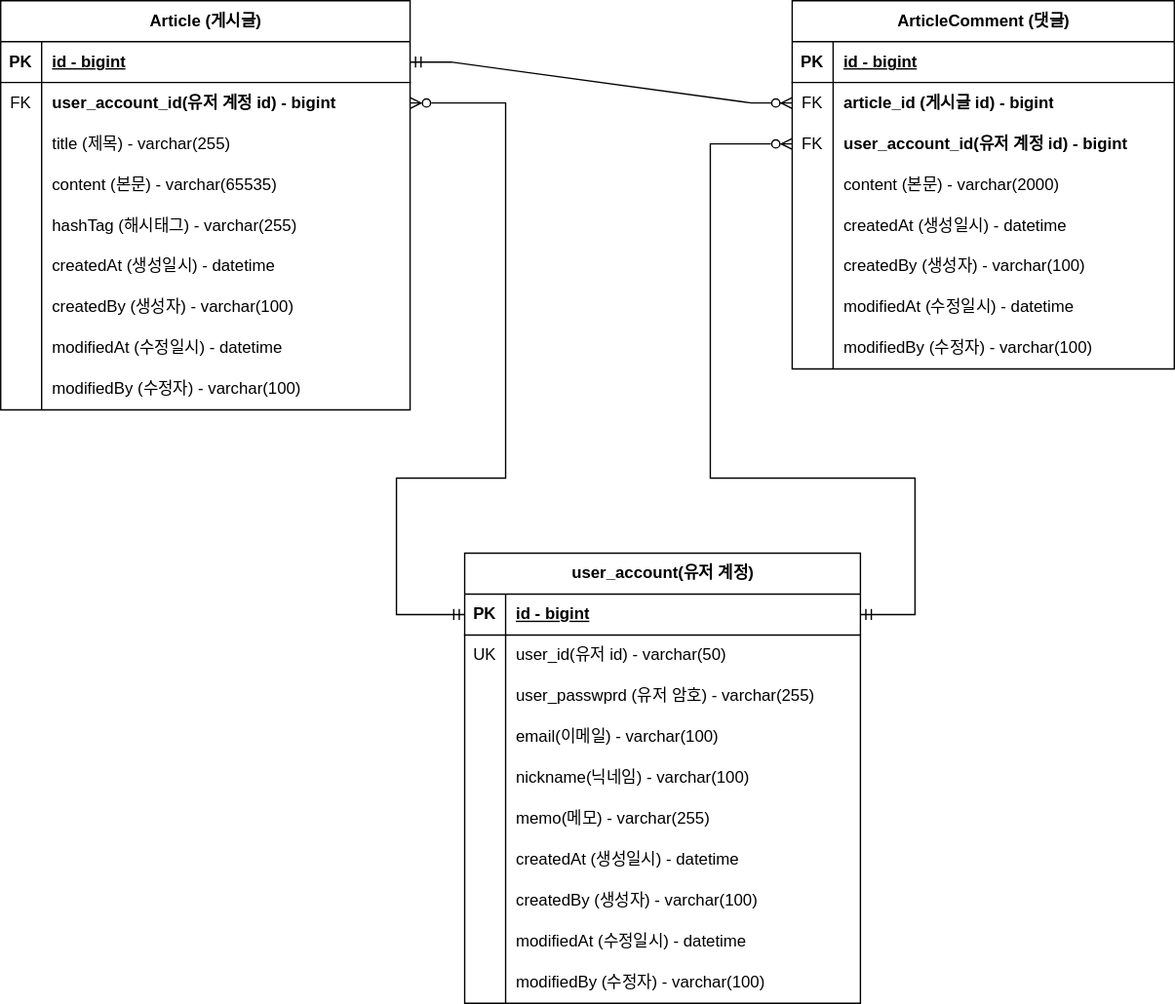
Above: document/project-board-erd.svg in matrixpower1004/project-board (draw.io), before the change. Source tidied: cells renumbered, new cells last; positions are measured from the earlier drawing's top-left corner, leaving out a move shared by most shapes.
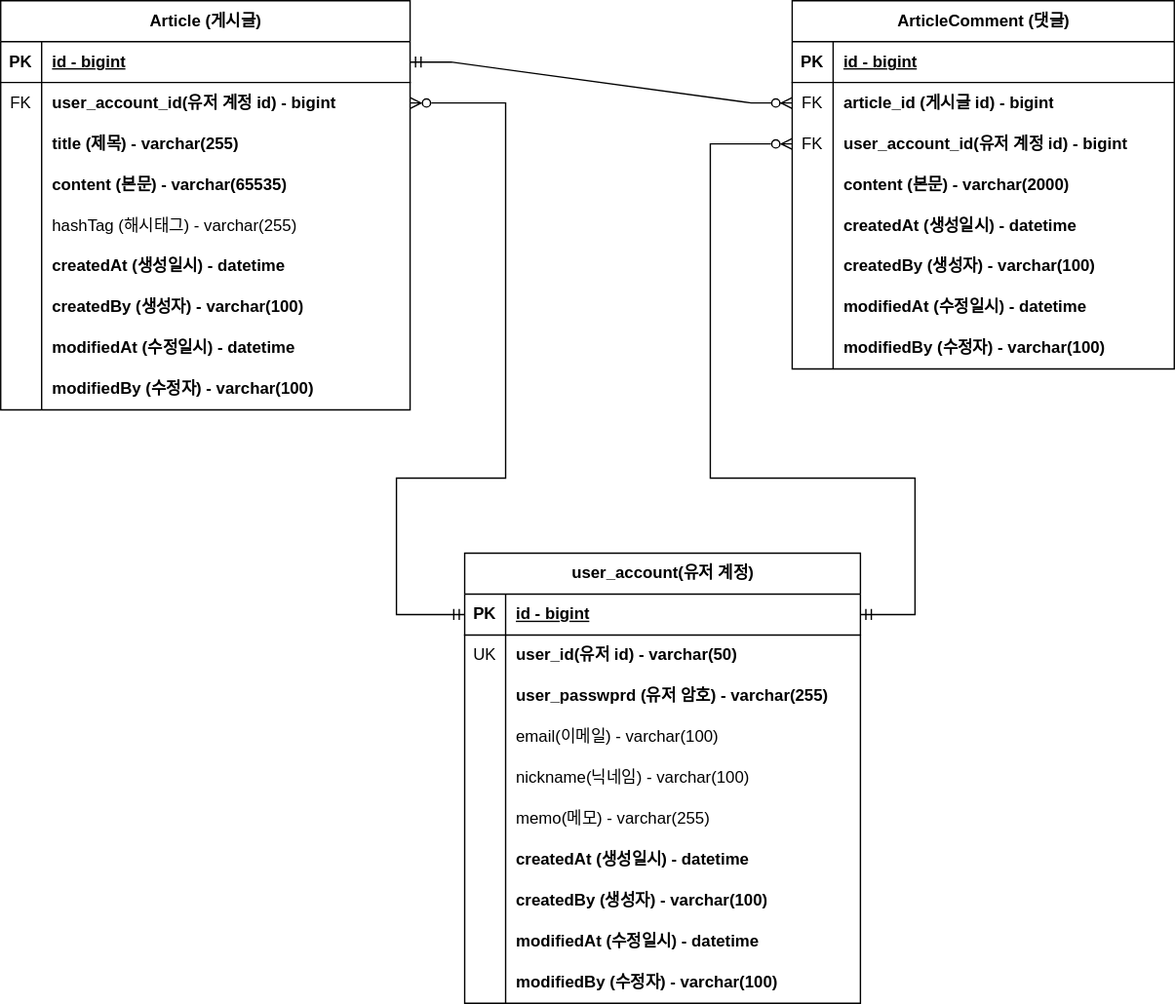
The same diagram one commit later.

Change to the diagram source:
```diff
@@ -29,7 +29,7 @@
     <mxCell id="10" style="shape=partialRectangle;fillColor=none;top=0;left=0;bottom=0;right=0;overflow=hidden;whiteSpace=wrap;html=1;" parent="9" vertex="1">
       <mxGeometry width="30" height="30" as="geometry" />
     </mxCell>
-    <mxCell id="11" value="title (제목) - varchar(255)" style="shape=partialRectangle;fillColor=none;top=0;left=0;bottom=0;right=0;align=left;spacingLeft=6;overflow=hidden;whiteSpace=wrap;html=1;fontStyle=0;" parent="9" vertex="1">
+    <mxCell id="11" value="title (제목) - varchar(255)" style="shape=partialRectangle;fillColor=none;top=0;left=0;bottom=0;right=0;align=left;spacingLeft=6;overflow=hidden;whiteSpace=wrap;html=1;fontStyle=1;" parent="9" vertex="1">
       <mxGeometry x="30" width="270" height="30" as="geometry" />
     </mxCell>
     <mxCell id="12" style="shape=tableRow;horizontal=0;startSize=0;swimlaneHead=0;swimlaneBody=0;fillColor=none;top=0;left=0;right=0;bottom=0;" parent="2" vertex="1">
@@ -38,7 +38,7 @@
     <mxCell id="13" style="shape=partialRectangle;fillColor=none;top=0;left=0;bottom=0;right=0;overflow=hidden;whiteSpace=wrap;html=1;" parent="12" vertex="1">
       <mxGeometry width="30" height="30" as="geometry" />
     </mxCell>
-    <mxCell id="14" value="content (본문) - varchar(65535)" style="shape=partialRectangle;fillColor=none;top=0;left=0;bottom=0;right=0;align=left;spacingLeft=6;overflow=hidden;whiteSpace=wrap;html=1;fontStyle=0;" parent="12" vertex="1">
+    <mxCell id="14" value="content (본문) - varchar(65535)" style="shape=partialRectangle;fillColor=none;top=0;left=0;bottom=0;right=0;align=left;spacingLeft=6;overflow=hidden;whiteSpace=wrap;html=1;fontStyle=1;" parent="12" vertex="1">
       <mxGeometry x="30" width="270" height="30" as="geometry" />
     </mxCell>
     <mxCell id="15" style="shape=tableRow;horizontal=0;startSize=0;swimlaneHead=0;swimlaneBody=0;fillColor=none;top=0;left=0;right=0;bottom=0;" parent="2" vertex="1">
@@ -56,7 +56,7 @@
     <mxCell id="19" style="shape=partialRectangle;fillColor=none;top=0;left=0;bottom=0;right=0;overflow=hidden;whiteSpace=wrap;html=1;" parent="18" vertex="1">
       <mxGeometry width="30" height="30" as="geometry" />
     </mxCell>
-    <mxCell id="20" value="createdAt (생성일시) - datetime" style="shape=partialRectangle;fillColor=none;top=0;left=0;bottom=0;right=0;align=left;spacingLeft=6;overflow=hidden;whiteSpace=wrap;html=1;fontStyle=0;" parent="18" vertex="1">
+    <mxCell id="20" value="createdAt (생성일시) - datetime" style="shape=partialRectangle;fillColor=none;top=0;left=0;bottom=0;right=0;align=left;spacingLeft=6;overflow=hidden;whiteSpace=wrap;html=1;fontStyle=1;" parent="18" vertex="1">
       <mxGeometry x="30" width="270" height="30" as="geometry" />
     </mxCell>
     <mxCell id="21" style="shape=tableRow;horizontal=0;startSize=0;swimlaneHead=0;swimlaneBody=0;fillColor=none;top=0;left=0;right=0;bottom=0;" parent="2" vertex="1">
@@ -65,7 +65,7 @@
     <mxCell id="22" style="shape=partialRectangle;fillColor=none;top=0;left=0;bottom=0;right=0;overflow=hidden;whiteSpace=wrap;html=1;" parent="21" vertex="1">
       <mxGeometry width="30" height="30" as="geometry" />
     </mxCell>
-    <mxCell id="23" value="createdBy (생성자) - varchar(100)" style="shape=partialRectangle;fillColor=none;top=0;left=0;bottom=0;right=0;align=left;spacingLeft=6;overflow=hidden;whiteSpace=wrap;html=1;fontStyle=0;" parent="21" vertex="1">
+    <mxCell id="23" value="createdBy (생성자) - varchar(100)" style="shape=partialRectangle;fillColor=none;top=0;left=0;bottom=0;right=0;align=left;spacingLeft=6;overflow=hidden;whiteSpace=wrap;html=1;fontStyle=1;" parent="21" vertex="1">
       <mxGeometry x="30" width="270" height="30" as="geometry" />
     </mxCell>
     <mxCell id="24" style="shape=tableRow;horizontal=0;startSize=0;swimlaneHead=0;swimlaneBody=0;fillColor=none;top=0;left=0;right=0;bottom=0;" parent="2" vertex="1">
@@ -74,7 +74,7 @@
     <mxCell id="25" style="shape=partialRectangle;fillColor=none;top=0;left=0;bottom=0;right=0;overflow=hidden;whiteSpace=wrap;html=1;" parent="24" vertex="1">
       <mxGeometry width="30" height="30" as="geometry" />
     </mxCell>
-    <mxCell id="26" value="modifiedAt (수정일시) - datetime" style="shape=partialRectangle;fillColor=none;top=0;left=0;bottom=0;right=0;align=left;spacingLeft=6;overflow=hidden;whiteSpace=wrap;html=1;fontStyle=0;" parent="24" vertex="1">
+    <mxCell id="26" value="modifiedAt (수정일시) - datetime" style="shape=partialRectangle;fillColor=none;top=0;left=0;bottom=0;right=0;align=left;spacingLeft=6;overflow=hidden;whiteSpace=wrap;html=1;fontStyle=1;" parent="24" vertex="1">
       <mxGeometry x="30" width="270" height="30" as="geometry" />
     </mxCell>
     <mxCell id="27" style="shape=tableRow;horizontal=0;startSize=0;swimlaneHead=0;swimlaneBody=0;fillColor=none;top=0;left=0;right=0;bottom=0;" parent="2" vertex="1">
@@ -83,7 +83,7 @@
     <mxCell id="28" style="shape=partialRectangle;fillColor=none;top=0;left=0;bottom=0;right=0;overflow=hidden;whiteSpace=wrap;html=1;" parent="27" vertex="1">
       <mxGeometry width="30" height="30" as="geometry" />
     </mxCell>
-    <mxCell id="29" value="modifiedBy (수정자) - varchar(100)" style="shape=partialRectangle;fillColor=none;top=0;left=0;bottom=0;right=0;align=left;spacingLeft=6;overflow=hidden;whiteSpace=wrap;html=1;fontStyle=0;" parent="27" vertex="1">
+    <mxCell id="29" value="modifiedBy (수정자) - varchar(100)" style="shape=partialRectangle;fillColor=none;top=0;left=0;bottom=0;right=0;align=left;spacingLeft=6;overflow=hidden;whiteSpace=wrap;html=1;fontStyle=1;" parent="27" vertex="1">
       <mxGeometry x="30" width="270" height="30" as="geometry" />
     </mxCell>
     <mxCell id="30" value="ArticleComment (댓글)" style="shape=table;startSize=30;rowLines=0;fontStyle=1;align=center;html=1;" parent="1" vertex="1">
@@ -122,7 +122,7 @@
     <mxCell id="41" style="shape=partialRectangle;fillColor=none;top=0;left=0;bottom=0;right=0;overflow=hidden;whiteSpace=wrap;html=1;" parent="40" vertex="1">
       <mxGeometry width="30" height="30" as="geometry" />
     </mxCell>
-    <mxCell id="42" value="content (본문) - varchar(2000)" style="shape=partialRectangle;fillColor=none;top=0;left=0;bottom=0;right=0;align=left;spacingLeft=6;overflow=hidden;whiteSpace=wrap;html=1;fontStyle=0;" parent="40" vertex="1">
+    <mxCell id="42" value="content (본문) - varchar(2000)" style="shape=partialRectangle;fillColor=none;top=0;left=0;bottom=0;right=0;align=left;spacingLeft=6;overflow=hidden;whiteSpace=wrap;html=1;fontStyle=1;" parent="40" vertex="1">
       <mxGeometry x="30" width="250" height="30" as="geometry" />
     </mxCell>
     <mxCell id="43" style="shape=tableRow;horizontal=0;startSize=0;swimlaneHead=0;swimlaneBody=0;fillColor=none;top=0;left=0;right=0;bottom=0;" parent="30" vertex="1">
@@ -131,7 +131,7 @@
     <mxCell id="44" style="shape=partialRectangle;fillColor=none;top=0;left=0;bottom=0;right=0;overflow=hidden;whiteSpace=wrap;html=1;" parent="43" vertex="1">
       <mxGeometry width="30" height="30" as="geometry" />
     </mxCell>
-    <mxCell id="45" value="createdAt (생성일시) - datetime" style="shape=partialRectangle;fillColor=none;top=0;left=0;bottom=0;right=0;align=left;spacingLeft=6;overflow=hidden;whiteSpace=wrap;html=1;fontStyle=0;" parent="43" vertex="1">
+    <mxCell id="45" value="createdAt (생성일시) - datetime" style="shape=partialRectangle;fillColor=none;top=0;left=0;bottom=0;right=0;align=left;spacingLeft=6;overflow=hidden;whiteSpace=wrap;html=1;fontStyle=1;" parent="43" vertex="1">
       <mxGeometry x="30" width="250" height="30" as="geometry" />
     </mxCell>
     <mxCell id="46" style="shape=tableRow;horizontal=0;startSize=0;swimlaneHead=0;swimlaneBody=0;fillColor=none;top=0;left=0;right=0;bottom=0;" parent="30" vertex="1">
@@ -140,7 +140,7 @@
     <mxCell id="47" style="shape=partialRectangle;fillColor=none;top=0;left=0;bottom=0;right=0;overflow=hidden;whiteSpace=wrap;html=1;" parent="46" vertex="1">
       <mxGeometry width="30" height="30" as="geometry" />
     </mxCell>
-    <mxCell id="48" value="createdBy (생성자) - varchar(100)" style="shape=partialRectangle;fillColor=none;top=0;left=0;bottom=0;right=0;align=left;spacingLeft=6;overflow=hidden;whiteSpace=wrap;html=1;fontStyle=0;" parent="46" vertex="1">
+    <mxCell id="48" value="createdBy (생성자) - varchar(100)" style="shape=partialRectangle;fillColor=none;top=0;left=0;bottom=0;right=0;align=left;spacingLeft=6;overflow=hidden;whiteSpace=wrap;html=1;fontStyle=1;" parent="46" vertex="1">
       <mxGeometry x="30" width="250" height="30" as="geometry" />
     </mxCell>
     <mxCell id="49" style="shape=tableRow;horizontal=0;startSize=0;swimlaneHead=0;swimlaneBody=0;fillColor=none;top=0;left=0;right=0;bottom=0;" parent="30" vertex="1">
@@ -149,7 +149,7 @@
     <mxCell id="50" style="shape=partialRectangle;fillColor=none;top=0;left=0;bottom=0;right=0;overflow=hidden;whiteSpace=wrap;html=1;" parent="49" vertex="1">
       <mxGeometry width="30" height="30" as="geometry" />
     </mxCell>
-    <mxCell id="51" value="modifiedAt (수정일시) - datetime" style="shape=partialRectangle;fillColor=none;top=0;left=0;bottom=0;right=0;align=left;spacingLeft=6;overflow=hidden;whiteSpace=wrap;html=1;fontStyle=0;" parent="49" vertex="1">
+    <mxCell id="51" value="modifiedAt (수정일시) - datetime" style="shape=partialRectangle;fillColor=none;top=0;left=0;bottom=0;right=0;align=left;spacingLeft=6;overflow=hidden;whiteSpace=wrap;html=1;fontStyle=1;" parent="49" vertex="1">
       <mxGeometry x="30" width="250" height="30" as="geometry" />
     </mxCell>
     <mxCell id="52" style="shape=tableRow;horizontal=0;startSize=0;swimlaneHead=0;swimlaneBody=0;fillColor=none;top=0;left=0;right=0;bottom=0;" parent="30" vertex="1">
@@ -158,7 +158,7 @@
     <mxCell id="53" style="shape=partialRectangle;fillColor=none;top=0;left=0;bottom=0;right=0;overflow=hidden;whiteSpace=wrap;html=1;" parent="52" vertex="1">
       <mxGeometry width="30" height="30" as="geometry" />
     </mxCell>
-    <mxCell id="54" value="modifiedBy (수정자) - varchar(100)" style="shape=partialRectangle;fillColor=none;top=0;left=0;bottom=0;right=0;align=left;spacingLeft=6;overflow=hidden;whiteSpace=wrap;html=1;fontStyle=0;" parent="52" vertex="1">
+    <mxCell id="54" value="modifiedBy (수정자) - varchar(100)" style="shape=partialRectangle;fillColor=none;top=0;left=0;bottom=0;right=0;align=left;spacingLeft=6;overflow=hidden;whiteSpace=wrap;html=1;fontStyle=1;" parent="52" vertex="1">
       <mxGeometry x="30" width="250" height="30" as="geometry" />
     </mxCell>
     <mxCell id="55" style="edgeStyle=entityRelationEdgeStyle;fontSize=12;html=1;endArrow=ERzeroToMany;startArrow=ERmandOne;rounded=0;exitX=1;exitY=0.5;exitDx=0;exitDy=0;entryX=0;entryY=0.5;entryDx=0;entryDy=0;exitPerimeter=0;" parent="1" edge="1" source="3" target="34">
@@ -182,7 +182,7 @@
     <mxCell id="61" value="UK" style="shape=partialRectangle;fillColor=none;top=0;left=0;bottom=0;right=0;overflow=hidden;whiteSpace=wrap;html=1;" parent="60" vertex="1">
       <mxGeometry width="30" height="30" as="geometry" />
     </mxCell>
-    <mxCell id="62" value="user_id(유저 id) - varchar(50)" style="shape=partialRectangle;fillColor=none;top=0;left=0;bottom=0;right=0;align=left;spacingLeft=6;overflow=hidden;whiteSpace=wrap;html=1;" parent="60" vertex="1">
+    <mxCell id="62" value="user_id(유저 id) - varchar(50)" style="shape=partialRectangle;fillColor=none;top=0;left=0;bottom=0;right=0;align=left;spacingLeft=6;overflow=hidden;whiteSpace=wrap;html=1;fontStyle=1;" parent="60" vertex="1">
       <mxGeometry x="30" width="260" height="30" as="geometry" />
     </mxCell>
     <mxCell id="63" style="shape=tableRow;horizontal=0;startSize=0;swimlaneHead=0;swimlaneBody=0;fillColor=none;top=0;left=0;right=0;bottom=0;" parent="56" vertex="1">
@@ -191,7 +191,7 @@
     <mxCell id="64" style="shape=partialRectangle;fillColor=none;top=0;left=0;bottom=0;right=0;overflow=hidden;whiteSpace=wrap;html=1;" parent="63" vertex="1">
       <mxGeometry width="30" height="30" as="geometry" />
     </mxCell>
-    <mxCell id="65" value="user_passwprd (유저 암호) - varchar(255)" style="shape=partialRectangle;fillColor=none;top=0;left=0;bottom=0;right=0;align=left;spacingLeft=6;overflow=hidden;whiteSpace=wrap;html=1;" parent="63" vertex="1">
+    <mxCell id="65" value="user_passwprd (유저 암호) - varchar(255)" style="shape=partialRectangle;fillColor=none;top=0;left=0;bottom=0;right=0;align=left;spacingLeft=6;overflow=hidden;whiteSpace=wrap;html=1;fontStyle=1;" parent="63" vertex="1">
       <mxGeometry x="30" width="260" height="30" as="geometry" />
     </mxCell>
     <mxCell id="66" style="shape=tableRow;horizontal=0;startSize=0;swimlaneHead=0;swimlaneBody=0;fillColor=none;top=0;left=0;right=0;bottom=0;" parent="56" vertex="1">
@@ -227,7 +227,7 @@
     <mxCell id="76" style="shape=partialRectangle;fillColor=none;top=0;left=0;bottom=0;right=0;overflow=hidden;whiteSpace=wrap;html=1;" parent="75" vertex="1">
       <mxGeometry width="30" height="30" as="geometry" />
     </mxCell>
-    <mxCell id="77" value="createdAt (생성일시) - datetime" style="shape=partialRectangle;fillColor=none;top=0;left=0;bottom=0;right=0;align=left;spacingLeft=6;overflow=hidden;whiteSpace=wrap;html=1;" parent="75" vertex="1">
+    <mxCell id="77" value="createdAt (생성일시) - datetime" style="shape=partialRectangle;fillColor=none;top=0;left=0;bottom=0;right=0;align=left;spacingLeft=6;overflow=hidden;whiteSpace=wrap;html=1;fontStyle=1;" parent="75" vertex="1">
       <mxGeometry x="30" width="260" height="30" as="geometry" />
     </mxCell>
     <mxCell id="78" style="shape=tableRow;horizontal=0;startSize=0;swimlaneHead=0;swimlaneBody=0;fillColor=none;top=0;left=0;right=0;bottom=0;" parent="56" vertex="1">
@@ -236,7 +236,7 @@
     <mxCell id="79" style="shape=partialRectangle;fillColor=none;top=0;left=0;bottom=0;right=0;overflow=hidden;whiteSpace=wrap;html=1;" parent="78" vertex="1">
       <mxGeometry width="30" height="30" as="geometry" />
     </mxCell>
-    <mxCell id="80" value="createdBy (생성자) - varchar(100)" style="shape=partialRectangle;fillColor=none;top=0;left=0;bottom=0;right=0;align=left;spacingLeft=6;overflow=hidden;whiteSpace=wrap;html=1;" parent="78" vertex="1">
+    <mxCell id="80" value="createdBy (생성자) - varchar(100)" style="shape=partialRectangle;fillColor=none;top=0;left=0;bottom=0;right=0;align=left;spacingLeft=6;overflow=hidden;whiteSpace=wrap;html=1;fontStyle=1;" parent="78" vertex="1">
       <mxGeometry x="30" width="260" height="30" as="geometry" />
     </mxCell>
     <mxCell id="81" style="shape=tableRow;horizontal=0;startSize=0;swimlaneHead=0;swimlaneBody=0;fillColor=none;top=0;left=0;right=0;bottom=0;" parent="56" vertex="1">
@@ -245,7 +245,7 @@
     <mxCell id="82" style="shape=partialRectangle;fillColor=none;top=0;left=0;bottom=0;right=0;overflow=hidden;whiteSpace=wrap;html=1;" parent="81" vertex="1">
       <mxGeometry width="30" height="30" as="geometry" />
     </mxCell>
-    <mxCell id="83" value="modifiedAt (수정일시) - datetime" style="shape=partialRectangle;fillColor=none;top=0;left=0;bottom=0;right=0;align=left;spacingLeft=6;overflow=hidden;whiteSpace=wrap;html=1;" parent="81" vertex="1">
+    <mxCell id="83" value="modifiedAt (수정일시) - datetime" style="shape=partialRectangle;fillColor=none;top=0;left=0;bottom=0;right=0;align=left;spacingLeft=6;overflow=hidden;whiteSpace=wrap;html=1;fontStyle=1;" parent="81" vertex="1">
       <mxGeometry x="30" width="260" height="30" as="geometry" />
     </mxCell>
     <mxCell id="84" style="shape=tableRow;horizontal=0;startSize=0;swimlaneHead=0;swimlaneBody=0;fillColor=none;top=0;left=0;right=0;bottom=0;" parent="56" vertex="1">
@@ -254,7 +254,7 @@
     <mxCell id="85" style="shape=partialRectangle;fillColor=none;top=0;left=0;bottom=0;right=0;overflow=hidden;whiteSpace=wrap;html=1;" parent="84" vertex="1">
       <mxGeometry width="30" height="30" as="geometry" />
     </mxCell>
-    <mxCell id="86" value="modifiedBy (수정자) - varchar(100)" style="shape=partialRectangle;fillColor=none;top=0;left=0;bottom=0;right=0;align=left;spacingLeft=6;overflow=hidden;whiteSpace=wrap;html=1;" parent="84" vertex="1">
+    <mxCell id="86" value="modifiedBy (수정자) - varchar(100)" style="shape=partialRectangle;fillColor=none;top=0;left=0;bottom=0;right=0;align=left;spacingLeft=6;overflow=hidden;whiteSpace=wrap;html=1;fontStyle=1;" parent="84" vertex="1">
       <mxGeometry x="30" width="260" height="30" as="geometry" />
     </mxCell>
     <mxCell id="87" style="edgeStyle=orthogonalEdgeStyle;rounded=0;jettySize=auto;html=1;exitX=0;exitY=0.5;exitDx=0;exitDy=0;startArrow=ERmandOne;startFill=0;endArrow=ERzeroToMany;endFill=0;" parent="1" edge="1" source="57" target="6">
```
